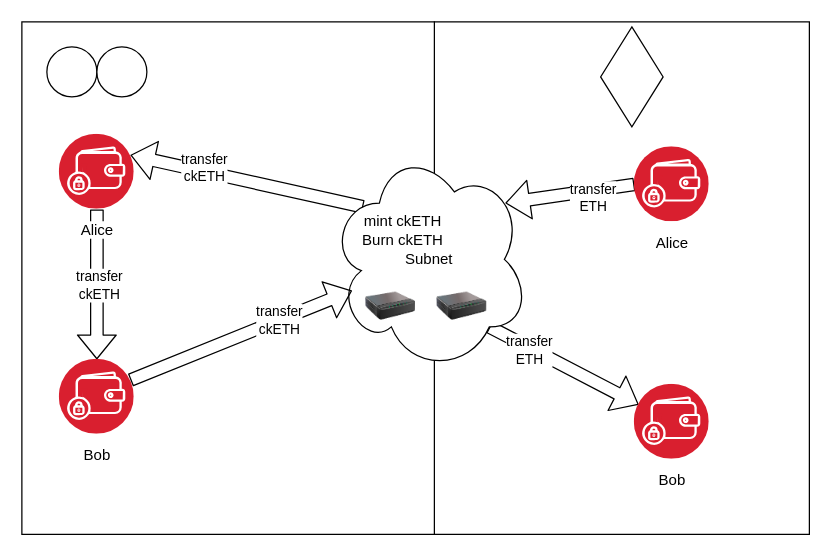
The draw.io diagram eth_integeration/cketh.drawio in itsumura-h/slide, before the edit. Source tidied: cells renumbered, new cells numbered last; positions are measured from the earlier drawing's top-left corner, leaving out a move shared by most shapes. Both pictures are drawn from the tidied source at 125%, with x=0, y=0 at pixel (21, 21).
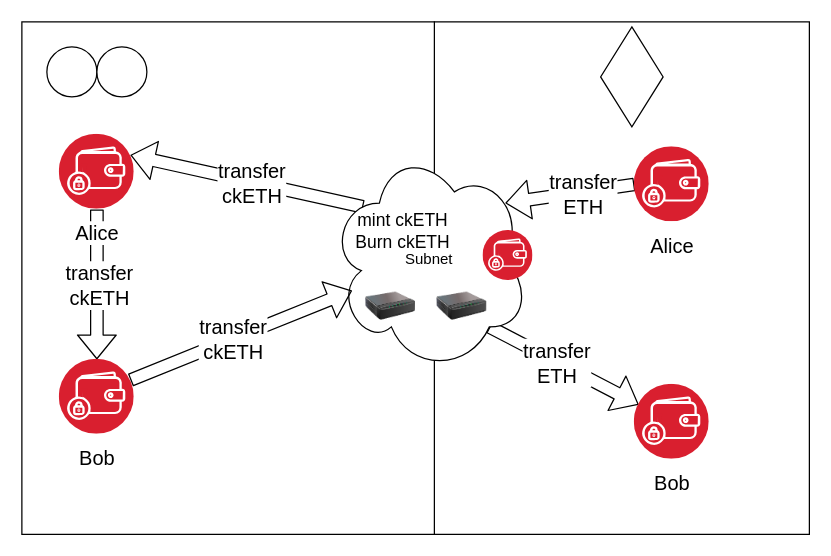
Above is the later version.

The change refers to these unchanged cells:
```xml
<mxCell id="7" style="edgeStyle=none;shape=flexArrow;html=1;exitX=0.5;exitY=1;exitDx=0;exitDy=0;entryX=0.5;entryY=0;entryDx=0;entryDy=0;fontColor=#000000;" parent="1" edge="1" source="9" target="22">
  <mxGeometry relative="1" as="geometry" />
</mxCell>
<mxCell id="10" style="edgeStyle=none;shape=flexArrow;html=1;entryX=1;entryY=0.25;entryDx=0;entryDy=0;fontColor=#000000;exitX=0.169;exitY=0.267;exitDx=0;exitDy=0;exitPerimeter=0;" parent="1" edge="1" source="14" target="9">
  <mxGeometry relative="1" as="geometry" />
</mxCell>
<mxCell id="12" style="edgeStyle=none;shape=flexArrow;html=1;exitX=0.8;exitY=0.8;exitDx=0;exitDy=0;exitPerimeter=0;fontColor=#000000;" parent="1" edge="1" source="14" target="23">
  <mxGeometry relative="1" as="geometry" />
</mxCell>
<mxCell id="17" style="edgeStyle=none;shape=flexArrow;html=1;exitX=0;exitY=0.5;exitDx=0;exitDy=0;fontColor=#000000;entryX=0.88;entryY=0.25;entryDx=0;entryDy=0;entryPerimeter=0;" parent="1" edge="1" source="19" target="14">
  <mxGeometry relative="1" as="geometry" />
</mxCell>
<mxCell id="20" style="edgeStyle=none;shape=flexArrow;html=1;exitX=1;exitY=0.25;exitDx=0;exitDy=0;fontColor=#000000;entryX=0.113;entryY=0.639;entryDx=0;entryDy=0;entryPerimeter=0;" parent="1" edge="1" source="22" target="14">
  <mxGeometry relative="1" as="geometry" />
</mxCell>
```

The edit, as a diff of the source:
```diff
@@
-    <mxCell id="8" value="transfer&lt;br&gt;ckETH" style="edgeLabel;html=1;align=center;verticalAlign=middle;fontColor=#000000;" parent="7" vertex="1">
+    <mxCell id="8" value="&lt;font style=&quot;font-size: 16px;&quot;&gt;transfer&lt;br&gt;ckETH&lt;/font&gt;" style="edgeLabel;html=1;align=center;verticalAlign=middle;fontColor=#000000;" parent="7" vertex="1">
       <mxGeometry x="-0.42" y="1" relative="1" as="geometry">
         <mxPoint y="25" as="offset" />
       </mxGeometry>
     </mxCell>
-    <mxCell id="9" value="&lt;font color=&quot;#000000&quot;&gt;Alice&lt;/font&gt;" style="perimeter=ellipsePerimeter;html=1;align=center;shadow=0;dashed=0;fontColor=#4277BB;labelBackgroundColor=#ffffff;fontSize=12;spacingTop=3;image;image=img/lib/ibm/blockchain/wallet.svg;" parent="1" vertex="1">
+    <mxCell id="9" value="&lt;font style=&quot;font-size: 16px;&quot; color=&quot;#000000&quot;&gt;Alice&lt;/font&gt;" style="perimeter=ellipsePerimeter;html=1;align=center;shadow=0;dashed=0;fontColor=#4277BB;labelBackgroundColor=#ffffff;fontSize=12;spacingTop=3;image;image=img/lib/ibm/blockchain/wallet.svg;" parent="1" vertex="1">
       <mxGeometry x="30" y="90" width="60" height="60" as="geometry" />
     </mxCell>
@@
-    <mxCell id="11" value="transfer&lt;br&gt;ckETH" style="edgeLabel;html=1;align=center;verticalAlign=middle;fontColor=#000000;" parent="10" vertex="1">
-      <mxGeometry x="0.37" y="-3" relative="1" as="geometry" />
+    <mxCell id="11" value="&lt;font style=&quot;font-size: 16px;&quot;&gt;transfer&lt;br&gt;ckETH&lt;/font&gt;" style="edgeLabel;html=1;align=center;verticalAlign=middle;fontColor=#000000;" parent="10" vertex="1">
+      <mxGeometry x="0.37" y="-3" relative="1" as="geometry">
+        <mxPoint x="38" y="12" as="offset" />
+      </mxGeometry>
     </mxCell>
@@
-    <mxCell id="13" value="transfer&lt;br&gt;ETH" style="edgeLabel;html=1;align=center;verticalAlign=middle;fontColor=#000000;" parent="12" vertex="1">
-      <mxGeometry x="-0.45" y="-2" relative="1" as="geometry" />
+    <mxCell id="13" value="&lt;font style=&quot;font-size: 16px;&quot;&gt;transfer&lt;br&gt;ETH&lt;/font&gt;" style="edgeLabel;html=1;align=center;verticalAlign=middle;fontColor=#000000;" parent="12" vertex="1">
+      <mxGeometry x="-0.45" y="-2" relative="1" as="geometry">
+        <mxPoint x="22" y="10" as="offset" />
+      </mxGeometry>
     </mxCell>
@@
-    <mxCell id="18" value="transfer&lt;br&gt;ETH" style="edgeLabel;html=1;align=center;verticalAlign=middle;fontColor=#000000;" parent="17" vertex="1">
-      <mxGeometry x="-0.32" y="6" relative="1" as="geometry" />
+    <mxCell id="18" value="&lt;font style=&quot;font-size: 16px;&quot;&gt;transfer&lt;br&gt;ETH&lt;/font&gt;" style="edgeLabel;html=1;align=center;verticalAlign=middle;fontColor=#000000;" parent="17" vertex="1">
+      <mxGeometry x="-0.32" y="6" relative="1" as="geometry">
+        <mxPoint x="-8" y="-3" as="offset" />
+      </mxGeometry>
     </mxCell>
-    <mxCell id="19" value="&lt;font color=&quot;#000000&quot;&gt;Alice&lt;/font&gt;" style="perimeter=ellipsePerimeter;html=1;align=center;shadow=0;dashed=0;fontColor=#4277BB;labelBackgroundColor=#ffffff;fontSize=12;spacingTop=3;image;image=img/lib/ibm/blockchain/wallet.svg;" parent="1" vertex="1">
+    <mxCell id="19" value="&lt;font style=&quot;font-size: 16px;&quot; color=&quot;#000000&quot;&gt;Alice&lt;/font&gt;" style="perimeter=ellipsePerimeter;html=1;align=center;shadow=0;dashed=0;fontColor=#4277BB;labelBackgroundColor=#ffffff;fontSize=12;spacingTop=3;image;image=img/lib/ibm/blockchain/wallet.svg;" parent="1" vertex="1">
       <mxGeometry x="490" y="100" width="60" height="60" as="geometry" />
     </mxCell>
@@
-    <mxCell id="21" value="transfer&lt;br&gt;ckETH" style="edgeLabel;html=1;align=center;verticalAlign=middle;fontColor=#000000;" parent="20" vertex="1">
-      <mxGeometry x="0.34" relative="1" as="geometry" />
+    <mxCell id="21" value="&lt;font style=&quot;font-size: 16px;&quot;&gt;transfer&lt;br&gt;ckETH&lt;/font&gt;" style="edgeLabel;html=1;align=center;verticalAlign=middle;fontColor=#000000;" parent="20" vertex="1">
+      <mxGeometry x="0.34" relative="1" as="geometry">
+        <mxPoint x="-37" y="15" as="offset" />
+      </mxGeometry>
     </mxCell>
-    <mxCell id="22" value="&lt;font color=&quot;#000000&quot;&gt;Bob&lt;br&gt;&lt;/font&gt;" style="perimeter=ellipsePerimeter;html=1;align=center;shadow=0;dashed=0;fontColor=#4277BB;labelBackgroundColor=#ffffff;fontSize=12;spacingTop=3;image;image=img/lib/ibm/blockchain/wallet.svg;" parent="1" vertex="1">
+    <mxCell id="22" value="&lt;font color=&quot;#000000&quot;&gt;&lt;font style=&quot;font-size: 16px;&quot;&gt;Bob&lt;/font&gt;&lt;br&gt;&lt;/font&gt;" style="perimeter=ellipsePerimeter;html=1;align=center;shadow=0;dashed=0;fontColor=#4277BB;labelBackgroundColor=#ffffff;fontSize=12;spacingTop=3;image;image=img/lib/ibm/blockchain/wallet.svg;" parent="1" vertex="1">
       <mxGeometry x="30" y="270" width="60" height="60" as="geometry" />
     </mxCell>
-    <mxCell id="23" value="&lt;font color=&quot;#000000&quot;&gt;Bob&lt;br&gt;&lt;/font&gt;" style="perimeter=ellipsePerimeter;html=1;align=center;shadow=0;dashed=0;fontColor=#4277BB;labelBackgroundColor=#ffffff;fontSize=12;spacingTop=3;image;image=img/lib/ibm/blockchain/wallet.svg;" parent="1" vertex="1">
+    <mxCell id="23" value="&lt;font color=&quot;#000000&quot;&gt;&lt;font style=&quot;font-size: 16px;&quot;&gt;Bob&lt;/font&gt;&lt;br&gt;&lt;/font&gt;" style="perimeter=ellipsePerimeter;html=1;align=center;shadow=0;dashed=0;fontColor=#4277BB;labelBackgroundColor=#ffffff;fontSize=12;spacingTop=3;image;image=img/lib/ibm/blockchain/wallet.svg;" parent="1" vertex="1">
       <mxGeometry x="490" y="290" width="60" height="60" as="geometry" />
     </mxCell>
-    <mxCell id="24" value="mint ckETH&lt;br&gt;Burn ckETH" style="text;strokeColor=none;align=center;fillColor=none;html=1;verticalAlign=middle;whiteSpace=wrap;rounded=0;labelBackgroundColor=none;fontColor=#000000;" parent="1" vertex="1">
+    <mxCell id="24" value="&lt;font style=&quot;font-size: 14px;&quot;&gt;mint ckETH&lt;br&gt;Burn ckETH&lt;/font&gt;" style="text;strokeColor=none;align=center;fillColor=none;html=1;verticalAlign=middle;whiteSpace=wrap;rounded=0;labelBackgroundColor=none;fontColor=#000000;" parent="1" vertex="1">
       <mxGeometry x="266" y="152" width="78" height="30" as="geometry" />
     </mxCell>
+    <mxCell id="25" style="perimeter=ellipsePerimeter;html=1;align=center;shadow=0;dashed=0;fontColor=#4277BB;labelBackgroundColor=#ffffff;fontSize=12;spacingTop=3;image;image=img/lib/ibm/blockchain/wallet.svg;" parent="1" vertex="1">
+      <mxGeometry x="369" y="167" width="40" height="40" as="geometry" />
+    </mxCell>
```
